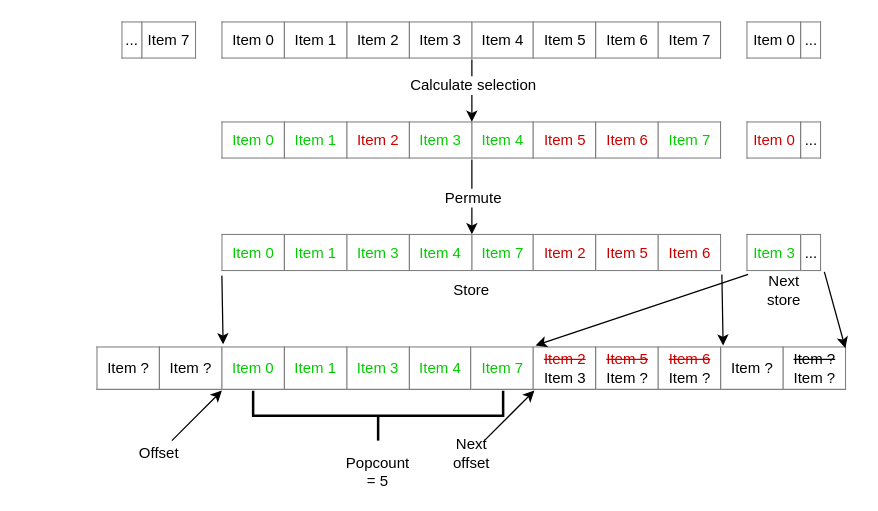
This is Report/drawings/velout_opt_simd_filter.drawio from petiaccja/UU_CERN_Thesis, a draw.io file, before an edit. Source tidied: cells renumbered, new cells numbered last; positions are measured from the earlier drawing's top-left corner, leaving out a move shared by most shapes. Both pictures are drawn from the tidied source at 125%, with x=0, y=0 at pixel (96, 21).
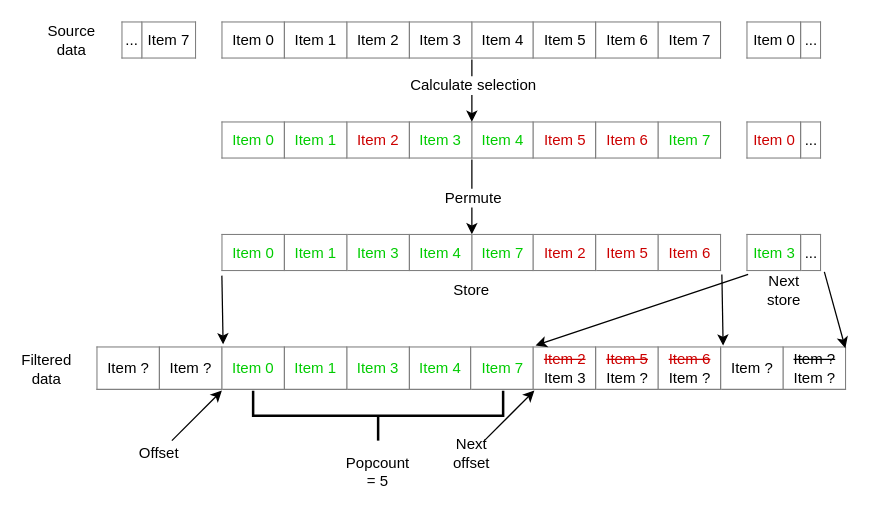
After the change.

What changed in the source:
```diff
@@
+    <mxCell id="26" value="Source data" style="text;html=1;strokeColor=none;fillColor=none;align=center;verticalAlign=middle;whiteSpace=wrap;rounded=0;" parent="1" vertex="1">
+      <mxGeometry x="-40" y="5" width="40" height="20" as="geometry" />
+    </mxCell>
+    <mxCell id="27" value="Filtered data" style="text;html=1;strokeColor=none;fillColor=none;align=center;verticalAlign=middle;whiteSpace=wrap;rounded=0;" parent="1" vertex="1">
+      <mxGeometry x="-60" y="267.5" width="40" height="20" as="geometry" />
+    </mxCell>
```
